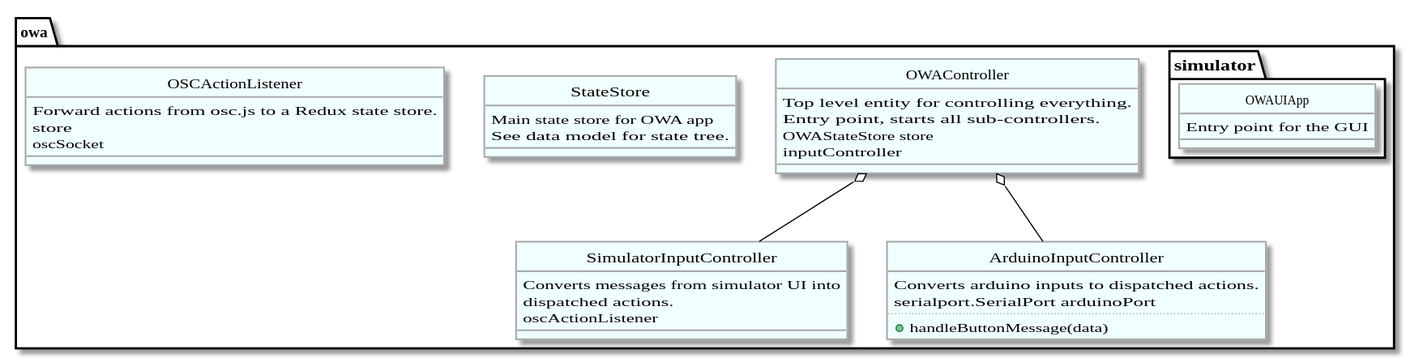
Before: docs/architecture_overview.svg, a diagram exported from PlantUML (awakeningio/owa).
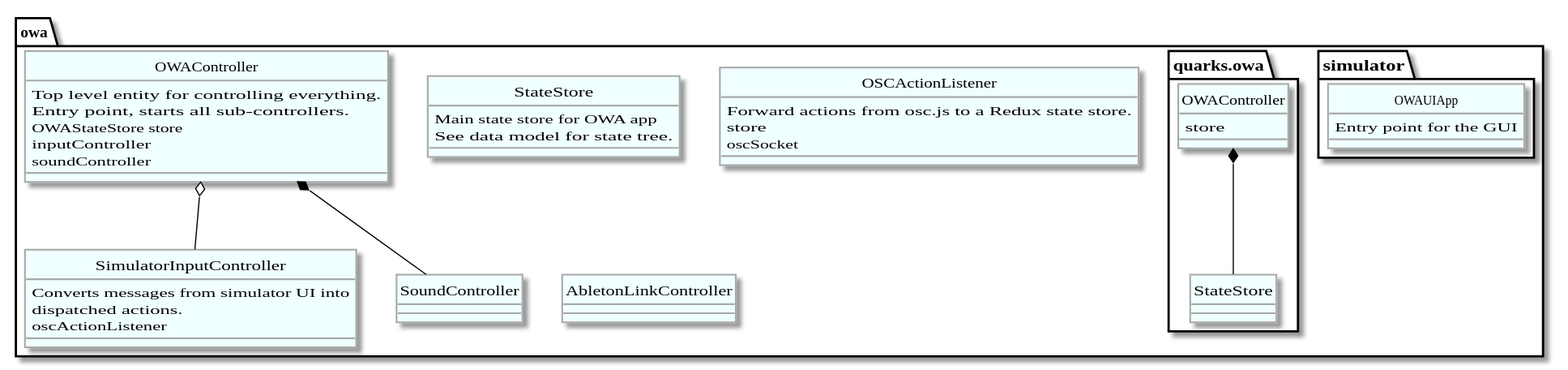
Above is the later version.

Commit message:
separated link from state store

Change to the diagram source:
```diff
@@ -47,6 +47,7 @@
 
     OWAStateStore store
     inputController
+    soundController
   }
 
   class SimulatorInputController {
@@ -58,14 +59,7 @@
   }
   OWAController o-- SimulatorInputController
 
-  class ArduinoInputController {
-    Converts arduino inputs to dispatched actions.
 
-    serialport.SerialPort arduinoPort
-    ..
-    + handleButtonMessage(data)
-  }
-  OWAController o-- ArduinoInputController
 
   class StateStore {
     Main state store for OWA app
@@ -80,6 +74,10 @@
     oscSocket
   }
 
+  class AbletonLinkController
+  class SoundController
+  OWAController *-- SoundController
+
 
 
   namespace simulator {
@@ -89,6 +87,15 @@
     }
   }
 
+  namespace quarks.owa {
+    class StateStore
+    class OWAController {
+      store
+    }
+
+    OWAController *-- StateStore
+  }
+
 }
 
 
```
